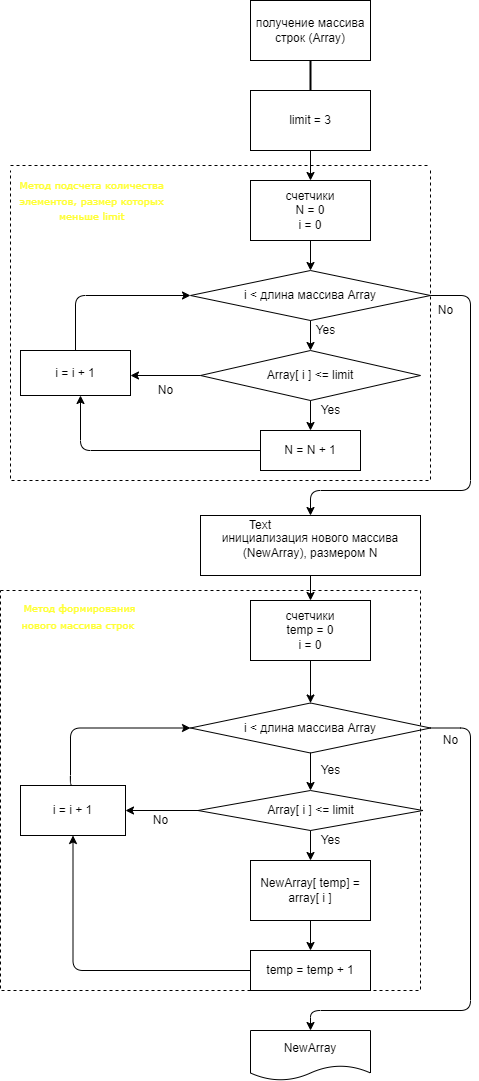
Earlier version of the draw.io export Diagram.drawio.png (vfunnny2000/Quater_1_Final). Source tidied: cells renumbered, new cells last; positions are measured from the earlier drawing's top-left corner, leaving out a move shared by most shapes. The source it was exported from:
```xml
<mxGraphModel>
  <root>
    <mxCell id="0" />
    <mxCell id="1" parent="0" />
    <mxCell id="2" style="shape=partialRectangle;whiteSpace=wrap;html=1;bottom=1;right=1;left=1;top=0;fillColor=none;routingCenterX=-0.5;dashed=1;fontFamily=Verdana;fontSize=13;fontColor=#FFFF33;strokeWidth=1;" parent="1" vertex="1">
      <mxGeometry x="10" y="170" width="420" height="310" as="geometry" />
    </mxCell>
    <mxCell id="3" value="получение массива строк (Array)" style="rounded=0;whiteSpace=wrap;html=1;" parent="1" vertex="1">
      <mxGeometry x="250" width="120" height="60" as="geometry" />
    </mxCell>
    <mxCell id="4" value="limit = 3" style="rounded=0;whiteSpace=wrap;html=1;" parent="1" vertex="1">
      <mxGeometry x="250" y="90" width="120" height="60" as="geometry" />
    </mxCell>
    <mxCell id="5" style="edgeStyle=none;html=1;entryX=0.5;entryY=0;entryDx=0;entryDy=0;" parent="1" edge="1" source="6" target="7">
      <mxGeometry relative="1" as="geometry" />
    </mxCell>
    <mxCell id="6" value="счетчики&lt;br&gt;N = 0&lt;br&gt;i = 0" style="rounded=0;whiteSpace=wrap;html=1;" parent="1" vertex="1">
      <mxGeometry x="250" y="180" width="120" height="60" as="geometry" />
    </mxCell>
    <mxCell id="7" value="i &amp;lt; длина массива Array" style="rhombus;whiteSpace=wrap;html=1;" parent="1" vertex="1">
      <mxGeometry x="190" y="270" width="240" height="50" as="geometry" />
    </mxCell>
    <mxCell id="8" value="Array[ i ] &amp;lt;= limit" style="rhombus;whiteSpace=wrap;html=1;" parent="1" vertex="1">
      <mxGeometry x="200" y="350" width="220" height="50" as="geometry" />
    </mxCell>
    <mxCell id="9" style="edgeStyle=none;html=1;entryX=0.5;entryY=0;entryDx=0;entryDy=0;exitX=0.5;exitY=1;exitDx=0;exitDy=0;" parent="1" edge="1" source="8" target="10">
      <mxGeometry relative="1" as="geometry" />
    </mxCell>
    <mxCell id="10" value="N = N + 1" style="rounded=0;whiteSpace=wrap;html=1;" parent="1" vertex="1">
      <mxGeometry x="260" y="430" width="100" height="40" as="geometry" />
    </mxCell>
    <mxCell id="11" style="edgeStyle=none;html=1;entryX=0;entryY=0.5;entryDx=0;entryDy=0;" parent="1" edge="1" source="12" target="7">
      <mxGeometry relative="1" as="geometry">
        <Array as="points">
          <mxPoint x="75" y="295" />
        </Array>
      </mxGeometry>
    </mxCell>
    <mxCell id="12" value="i = i + 1" style="rounded=0;whiteSpace=wrap;html=1;" parent="1" vertex="1">
      <mxGeometry x="20" y="350" width="110" height="45" as="geometry" />
    </mxCell>
    <mxCell id="13" value="инициализация нового массива (NewArray), размером N" style="rounded=0;whiteSpace=wrap;html=1;" parent="1" vertex="1">
      <mxGeometry x="200" y="515" width="220" height="60" as="geometry" />
    </mxCell>
    <mxCell id="14" style="line;strokeWidth=2;direction=south;html=1;" parent="1" vertex="1">
      <mxGeometry x="305" y="60" width="10" height="30" as="geometry" />
    </mxCell>
    <mxCell id="15" style="endArrow=classic;html=1;exitX=0.5;exitY=1;exitDx=0;exitDy=0;entryX=0.5;entryY=0;entryDx=0;entryDy=0;" parent="1" edge="1" source="4" target="6">
      <mxGeometry relative="1" as="geometry" />
    </mxCell>
    <mxCell id="16" style="edgeStyle=none;html=1;exitX=0.5;exitY=1;exitDx=0;exitDy=0;" parent="1" edge="1" source="7">
      <mxGeometry relative="1" as="geometry">
        <mxPoint x="310" y="350" as="targetPoint" />
      </mxGeometry>
    </mxCell>
    <mxCell id="17" style="edgeStyle=none;html=1;exitX=0;exitY=0.5;exitDx=0;exitDy=0;" parent="1" edge="1" source="8">
      <mxGeometry relative="1" as="geometry">
        <mxPoint x="130" y="375" as="targetPoint" />
      </mxGeometry>
    </mxCell>
    <mxCell id="18" value="Yes" style="text;html=1;align=center;verticalAlign=middle;strokeColor=none;fillColor=none;" parent="1" vertex="1">
      <mxGeometry x="305" y="320" width="40" height="20" as="geometry" />
    </mxCell>
    <mxCell id="19" value="Yes" style="text;html=1;align=center;verticalAlign=middle;strokeColor=none;fillColor=none;" parent="1" vertex="1">
      <mxGeometry x="310" y="400" width="40" height="20" as="geometry" />
    </mxCell>
    <mxCell id="20" value="No" style="text;html=1;align=center;verticalAlign=middle;strokeColor=none;fillColor=none;" parent="1" vertex="1">
      <mxGeometry x="150" y="380" width="30" height="20" as="geometry" />
    </mxCell>
    <mxCell id="21" value="No" style="text;html=1;align=center;verticalAlign=middle;strokeColor=none;fillColor=none;" parent="1" vertex="1">
      <mxGeometry x="430" y="300" width="30" height="20" as="geometry" />
    </mxCell>
    <mxCell id="22" style="edgeStyle=segmentEdgeStyle;endArrow=classic;html=1;entryX=0.5;entryY=0;entryDx=0;entryDy=0;exitX=1;exitY=0.5;exitDx=0;exitDy=0;" parent="1" edge="1" source="7" target="13">
      <mxGeometry relative="1" as="geometry">
        <Array as="points">
          <mxPoint x="470" y="295" />
          <mxPoint x="470" y="490" />
          <mxPoint x="310" y="490" />
        </Array>
      </mxGeometry>
    </mxCell>
    <mxCell id="23" value="счетчики&lt;br&gt;temp = 0&lt;br&gt;i = 0" style="rounded=0;whiteSpace=wrap;html=1;" parent="1" vertex="1">
      <mxGeometry x="250" y="600" width="120" height="60" as="geometry" />
    </mxCell>
    <mxCell id="24" value="i &amp;lt; длина массива Array" style="rhombus;whiteSpace=wrap;html=1;" parent="1" vertex="1">
      <mxGeometry x="190" y="702.5" width="240" height="50" as="geometry" />
    </mxCell>
    <mxCell id="25" value="Array[ i ] &amp;lt;= limit" style="rhombus;whiteSpace=wrap;html=1;" parent="1" vertex="1">
      <mxGeometry x="197.5" y="790" width="225" height="40" as="geometry" />
    </mxCell>
    <mxCell id="26" value="NewArray[ temp] = array[ i ]" style="rounded=0;whiteSpace=wrap;html=1;" parent="1" vertex="1">
      <mxGeometry x="250" y="860" width="120" height="60" as="geometry" />
    </mxCell>
    <mxCell id="27" value="temp = temp + 1" style="rounded=0;whiteSpace=wrap;html=1;" parent="1" vertex="1">
      <mxGeometry x="250" y="950" width="120" height="40" as="geometry" />
    </mxCell>
    <mxCell id="28" value="NewArray" style="shape=document;whiteSpace=wrap;html=1;boundedLbl=1;" parent="1" vertex="1">
      <mxGeometry x="250" y="1030" width="120" height="50" as="geometry" />
    </mxCell>
    <mxCell id="29" value="i = i + 1" style="rounded=0;whiteSpace=wrap;html=1;" parent="1" vertex="1">
      <mxGeometry x="20" y="785" width="105" height="50" as="geometry" />
    </mxCell>
    <mxCell id="30" style="endArrow=classic;html=1;exitX=0.5;exitY=1;exitDx=0;exitDy=0;entryX=0.5;entryY=0;entryDx=0;entryDy=0;" parent="1" edge="1" source="13" target="23">
      <mxGeometry relative="1" as="geometry" />
    </mxCell>
    <mxCell id="31" style="endArrow=classic;html=1;exitX=0.5;exitY=1;exitDx=0;exitDy=0;entryX=0.5;entryY=0;entryDx=0;entryDy=0;" parent="1" edge="1" source="23" target="24">
      <mxGeometry relative="1" as="geometry" />
    </mxCell>
    <mxCell id="32" style="endArrow=classic;html=1;exitX=0.5;exitY=1;exitDx=0;exitDy=0;entryX=0.5;entryY=0;entryDx=0;entryDy=0;" parent="1" edge="1" source="24" target="25">
      <mxGeometry relative="1" as="geometry" />
    </mxCell>
    <mxCell id="33" style="endArrow=classic;html=1;exitX=0.5;exitY=1;exitDx=0;exitDy=0;entryX=0.5;entryY=0;entryDx=0;entryDy=0;" parent="1" edge="1" source="25" target="26">
      <mxGeometry relative="1" as="geometry" />
    </mxCell>
    <mxCell id="34" style="endArrow=classic;html=1;exitX=0.5;exitY=1;exitDx=0;exitDy=0;entryX=0.5;entryY=0;entryDx=0;entryDy=0;" parent="1" edge="1" source="26" target="27">
      <mxGeometry relative="1" as="geometry" />
    </mxCell>
    <mxCell id="35" style="endArrow=classic;html=1;entryX=1;entryY=0.5;entryDx=0;entryDy=0;exitX=0;exitY=0.5;exitDx=0;exitDy=0;" parent="1" edge="1" source="25" target="29">
      <mxGeometry relative="1" as="geometry" />
    </mxCell>
    <mxCell id="36" style="edgeStyle=segmentEdgeStyle;endArrow=classic;html=1;entryX=0;entryY=0.5;entryDx=0;entryDy=0;exitX=0.5;exitY=0;exitDx=0;exitDy=0;" parent="1" edge="1" source="29" target="24">
      <mxGeometry relative="1" as="geometry">
        <Array as="points">
          <mxPoint x="70" y="785" />
          <mxPoint x="70" y="727" />
        </Array>
      </mxGeometry>
    </mxCell>
    <mxCell id="37" value="No" style="text;html=1;align=center;verticalAlign=middle;strokeColor=none;fillColor=none;" parent="1" vertex="1">
      <mxGeometry x="145" y="810" width="30" height="20" as="geometry" />
    </mxCell>
    <mxCell id="38" value="Yes" style="text;html=1;align=center;verticalAlign=middle;strokeColor=none;fillColor=none;" parent="1" vertex="1">
      <mxGeometry x="310" y="760" width="40" height="20" as="geometry" />
    </mxCell>
    <mxCell id="39" value="Yes" style="text;html=1;align=center;verticalAlign=middle;strokeColor=none;fillColor=none;" parent="1" vertex="1">
      <mxGeometry x="310" y="830" width="40" height="20" as="geometry" />
    </mxCell>
    <mxCell id="40" style="edgeStyle=segmentEdgeStyle;endArrow=classic;html=1;entryX=0.5;entryY=1;entryDx=0;entryDy=0;exitX=0;exitY=0.5;exitDx=0;exitDy=0;" parent="1" edge="1" source="27" target="29">
      <mxGeometry relative="1" as="geometry">
        <Array as="points">
          <mxPoint x="72" y="970" />
        </Array>
      </mxGeometry>
    </mxCell>
    <mxCell id="41" style="edgeStyle=segmentEdgeStyle;endArrow=classic;html=1;exitX=1;exitY=0.5;exitDx=0;exitDy=0;entryX=0.5;entryY=0;entryDx=0;entryDy=0;" parent="1" edge="1" source="24" target="28">
      <mxGeometry relative="1" as="geometry">
        <Array as="points">
          <mxPoint x="470" y="727" />
          <mxPoint x="470" y="1010" />
          <mxPoint x="310" y="1010" />
        </Array>
      </mxGeometry>
    </mxCell>
    <mxCell id="42" value="No" style="text;html=1;align=center;verticalAlign=middle;strokeColor=none;fillColor=none;" parent="1" vertex="1">
      <mxGeometry x="435" y="730" width="30" height="20" as="geometry" />
    </mxCell>
    <mxCell id="43" style="shape=partialRectangle;whiteSpace=wrap;html=1;bottom=1;right=1;left=1;top=0;fillColor=none;routingCenterX=-0.5;dashed=1;" parent="1" vertex="1">
      <mxGeometry y="590" width="420" height="400" as="geometry" />
    </mxCell>
    <mxCell id="44" style="endArrow=none;html=1;exitX=0;exitY=0;exitDx=0;exitDy=0;entryX=1;entryY=0;entryDx=0;entryDy=0;dashed=1;" parent="1" edge="1" source="43" target="43">
      <mxGeometry relative="1" as="geometry" />
    </mxCell>
    <mxCell id="45" value="Text" style="text;html=1;strokeColor=none;fillColor=none;align=center;verticalAlign=middle;whiteSpace=wrap;rounded=0;dashed=1;" parent="1" vertex="1">
      <mxGeometry x="230" y="510" width="60" height="30" as="geometry" />
    </mxCell>
    <mxCell id="46" value="&lt;font style=&quot;font-size: 10px&quot;&gt;&lt;font style=&quot;font-size: 10px&quot; color=&quot;#ffff33&quot;&gt;Метод формирования&lt;br&gt;нового массива строк&lt;/font&gt;&amp;nbsp;&lt;/font&gt;" style="text;html=1;strokeColor=none;fillColor=none;align=center;verticalAlign=middle;whiteSpace=wrap;rounded=0;dashed=1;fontFamily=Verdana;fontSize=14;" parent="1" vertex="1">
      <mxGeometry x="7.5" y="590" width="142.5" height="50" as="geometry" />
    </mxCell>
    <mxCell id="47" style="line;strokeWidth=1;html=1;dashed=1;fontFamily=Verdana;fontSize=13;fontColor=#FFFF33;" parent="1" vertex="1">
      <mxGeometry x="10" y="160" width="420" height="10" as="geometry" />
    </mxCell>
    <mxCell id="48" value="&lt;font style=&quot;font-size: 10px&quot;&gt;Метод подсчета количества элементов, размер которых меньше limit&lt;/font&gt;" style="text;html=1;strokeColor=none;fillColor=none;align=center;verticalAlign=middle;whiteSpace=wrap;rounded=0;dashed=1;fontFamily=Verdana;fontSize=13;fontColor=#FFFF33;" parent="1" vertex="1">
      <mxGeometry x="10" y="180" width="162.5" height="40" as="geometry" />
    </mxCell>
    <mxCell id="49" style="edgeStyle=segmentEdgeStyle;endArrow=classic;html=1;fontFamily=Verdana;fontSize=10;fontColor=#FFFF33;exitX=0;exitY=0.5;exitDx=0;exitDy=0;" parent="1" edge="1" source="10">
      <mxGeometry relative="1" as="geometry">
        <mxPoint x="80" y="395" as="targetPoint" />
      </mxGeometry>
    </mxCell>
  </root>
</mxGraphModel>
```
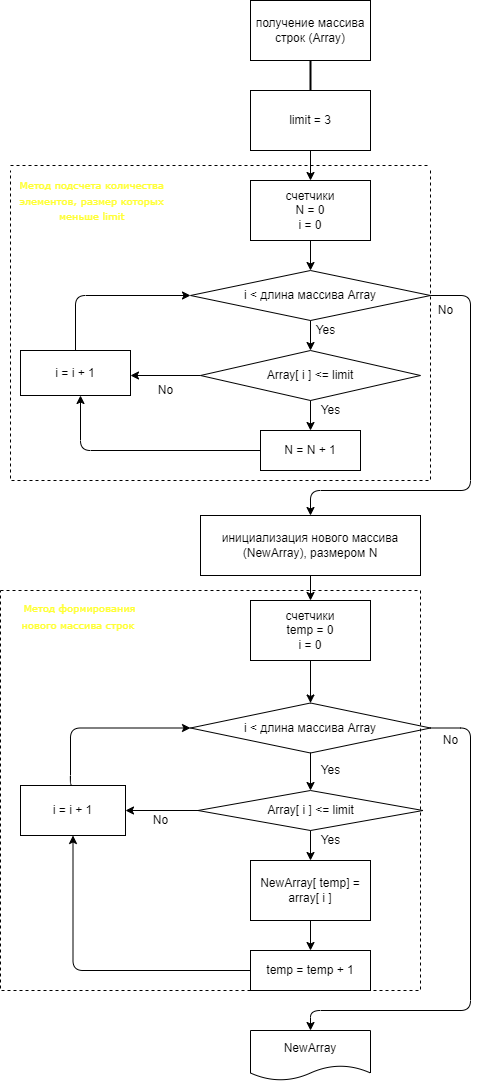
Later version of the same file.

Change to the diagram source:
```diff
@@ -160,9 +160,6 @@
     <mxCell id="44" style="endArrow=none;html=1;exitX=0;exitY=0;exitDx=0;exitDy=0;entryX=1;entryY=0;entryDx=0;entryDy=0;dashed=1;" parent="1" edge="1" source="43" target="43">
       <mxGeometry relative="1" as="geometry" />
     </mxCell>
-    <mxCell id="45" value="Text" style="text;html=1;strokeColor=none;fillColor=none;align=center;verticalAlign=middle;whiteSpace=wrap;rounded=0;dashed=1;" parent="1" vertex="1">
-      <mxGeometry x="230" y="510" width="60" height="30" as="geometry" />
-    </mxCell>
     <mxCell id="46" value="&lt;font style=&quot;font-size: 10px&quot;&gt;&lt;font style=&quot;font-size: 10px&quot; color=&quot;#ffff33&quot;&gt;Метод формирования&lt;br&gt;нового массива строк&lt;/font&gt;&amp;nbsp;&lt;/font&gt;" style="text;html=1;strokeColor=none;fillColor=none;align=center;verticalAlign=middle;whiteSpace=wrap;rounded=0;dashed=1;fontFamily=Verdana;fontSize=14;" parent="1" vertex="1">
       <mxGeometry x="7.5" y="590" width="142.5" height="50" as="geometry" />
     </mxCell>
```
